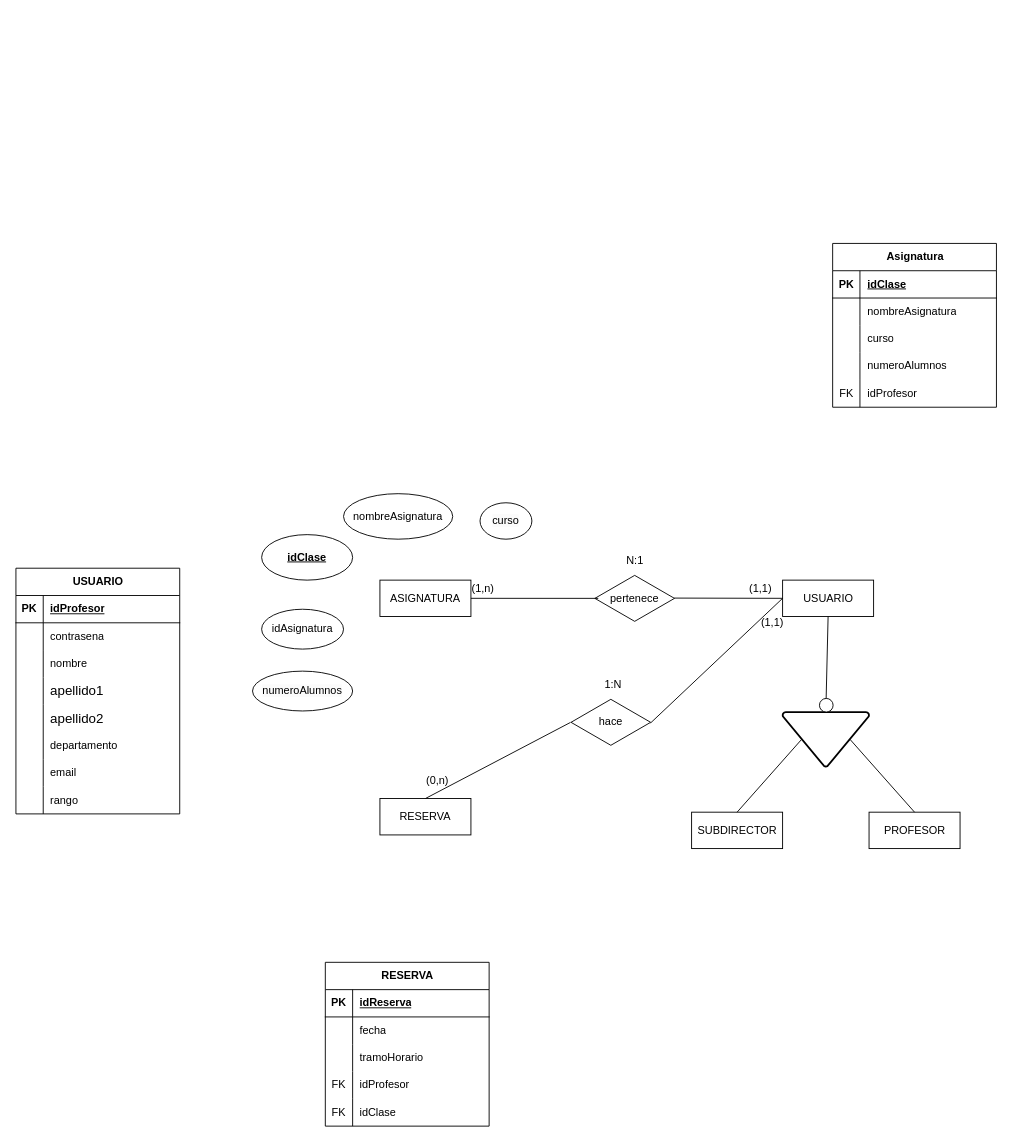
Earlier version of the draw.io diagram Servidor/Proyecto Final/Base de datos.drawio (Rubeentosu/CursoDaw). Source tidied: cells renumbered, new cells numbered last; positions are measured from the earlier drawing's top-left corner, leaving out a move shared by most shapes. Both pictures are drawn from the tidied source at 91%, with x=0, y=0 at pixel (15, 243).
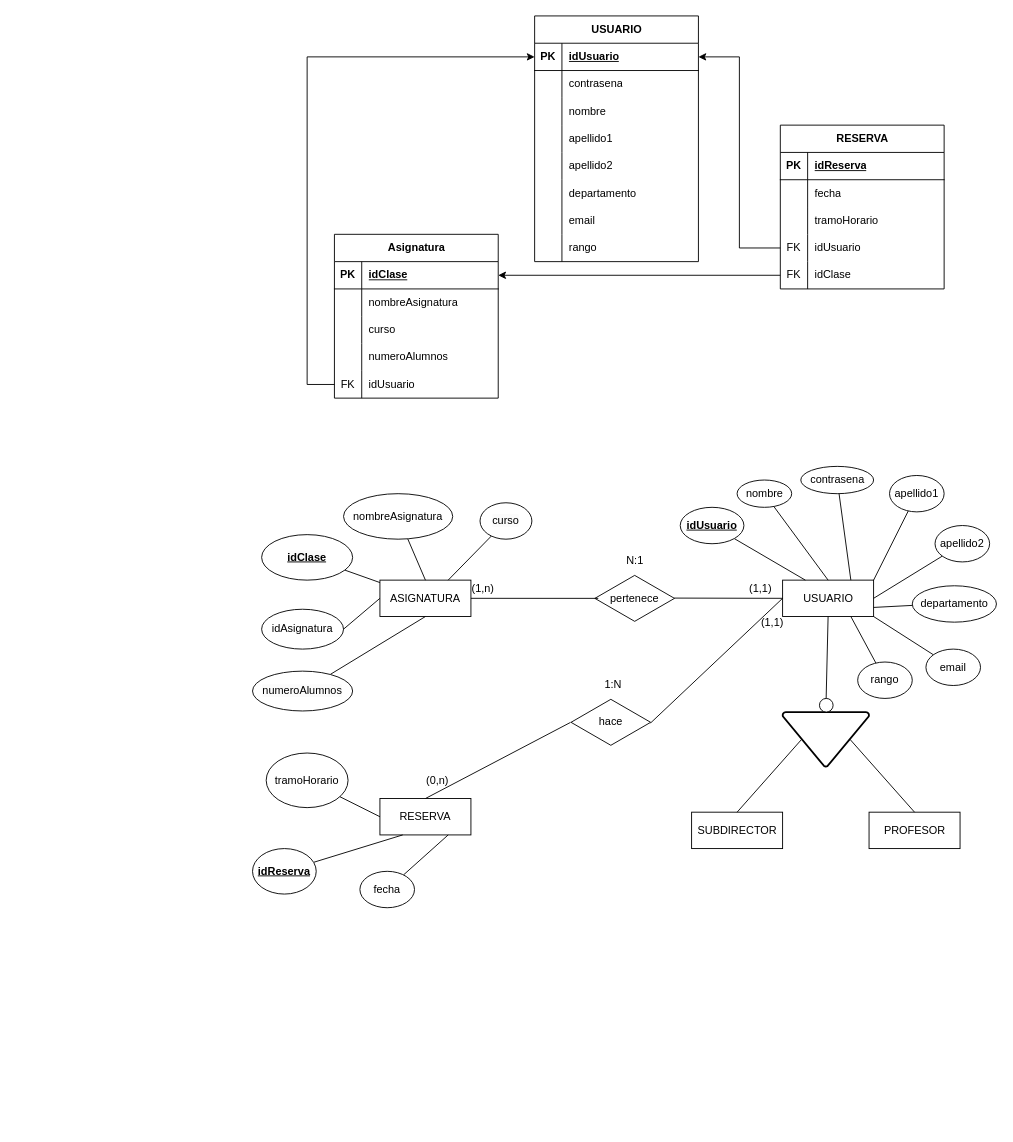
Above is the later version.

The change refers to these unchanged cells:
```xml
<mxCell id="3" style="shape=tableRow;horizontal=0;startSize=0;swimlaneHead=0;swimlaneBody=0;fillColor=none;points=[[0,0.5],[1,0.5]];portConstraint=eastwest;top=0;left=0;right=0;bottom=1;" parent="2" vertex="1">
  <mxGeometry y="30" width="180" height="30" as="geometry" />
</mxCell>
<mxCell id="12" style="shape=tableRow;horizontal=0;startSize=0;swimlaneHead=0;swimlaneBody=0;fillColor=none;top=0;left=0;right=0;bottom=0;" parent="2" vertex="1">
  <mxGeometry y="120" width="180" height="30" as="geometry" />
</mxCell>
<mxCell id="15" style="shape=tableRow;horizontal=0;startSize=0;swimlaneHead=0;swimlaneBody=0;fillColor=none;top=0;left=0;right=0;bottom=0;" parent="2" vertex="1">
  <mxGeometry y="150" width="180" height="30" as="geometry" />
</mxCell>
<mxCell id="28" style="shape=tableRow;horizontal=0;startSize=0;swimlaneHead=0;swimlaneBody=0;fillColor=none;points=[[0,0.5],[1,0.5]];portConstraint=eastwest;top=0;left=0;right=0;bottom=1;" parent="27" vertex="1">
  <mxGeometry y="30" width="180" height="30" as="geometry" />
</mxCell>
<mxCell id="40" style="shape=tableRow;horizontal=0;startSize=0;swimlaneHead=0;swimlaneBody=0;fillColor=none;points=[[0,0.5],[1,0.5]];portConstraint=eastwest;top=0;left=0;right=0;bottom=0;" parent="27" vertex="1">
  <mxGeometry y="150" width="180" height="30" as="geometry" />
</mxCell>
<mxCell id="53" style="shape=tableRow;horizontal=0;startSize=0;swimlaneHead=0;swimlaneBody=0;fillColor=none;points=[[0,0.5],[1,0.5]];portConstraint=eastwest;top=0;left=0;right=0;bottom=0;" parent="43" vertex="1">
  <mxGeometry y="120" width="180" height="30" as="geometry" />
</mxCell>
<mxCell id="56" style="shape=tableRow;horizontal=0;startSize=0;swimlaneHead=0;swimlaneBody=0;fillColor=none;points=[[0,0.5],[1,0.5]];portConstraint=eastwest;top=0;left=0;right=0;bottom=0;" parent="43" vertex="1">
  <mxGeometry y="150" width="180" height="30" as="geometry" />
</mxCell>
<mxCell id="59" value="ASIGNATURA" style="whiteSpace=wrap;html=1;align=center;" parent="1" vertex="1">
  <mxGeometry x="400" y="370" width="100" height="40" as="geometry" />
</mxCell>
<mxCell id="60" value="RESERVA" style="whiteSpace=wrap;html=1;align=center;" parent="1" vertex="1">
  <mxGeometry x="400" y="610" width="100" height="40" as="geometry" />
</mxCell>
<mxCell id="61" value="USUARIO" style="whiteSpace=wrap;html=1;align=center;" parent="1" vertex="1">
  <mxGeometry x="842.5" y="370" width="100" height="40" as="geometry" />
</mxCell>
<mxCell id="81" value="idAsignatura" style="ellipse;whiteSpace=wrap;html=1;" parent="1" vertex="1">
  <mxGeometry x="270" y="402" width="90" height="43.8" as="geometry" />
</mxCell>
<mxCell id="82" value="&lt;span style=&quot;text-align: left;&quot;&gt;nombreAsignatura&lt;/span&gt;" style="ellipse;whiteSpace=wrap;html=1;" parent="1" vertex="1">
  <mxGeometry x="360" y="275" width="120" height="50" as="geometry" />
</mxCell>
<mxCell id="83" value="&lt;span style=&quot;color: rgb(0, 0, 0); font-family: Helvetica; font-size: 12px; font-style: normal; font-variant-ligatures: normal; font-variant-caps: normal; font-weight: 400; letter-spacing: normal; orphans: 2; text-align: left; text-indent: 0px; text-transform: none; widows: 2; word-spacing: 0px; -webkit-text-stroke-width: 0px; white-space: normal; background-color: rgb(251, 251, 251); text-decoration-thickness: initial; text-decoration-style: initial; text-decoration-color: initial; float: none; display: inline !important;&quot;&gt;curso&lt;/span&gt;" style="ellipse;whiteSpace=wrap;html=1;" parent="1" vertex="1">
  <mxGeometry x="510" y="285" width="57" height="40" as="geometry" />
</mxCell>
<mxCell id="84" value="&lt;span style=&quot;color: rgb(0, 0, 0); font-family: Helvetica; font-size: 12px; font-style: normal; font-variant-ligatures: normal; font-variant-caps: normal; font-weight: 400; letter-spacing: normal; orphans: 2; text-align: left; text-indent: 0px; text-transform: none; widows: 2; word-spacing: 0px; -webkit-text-stroke-width: 0px; white-space: normal; background-color: rgb(251, 251, 251); text-decoration-thickness: initial; text-decoration-style: initial; text-decoration-color: initial; float: none; display: inline !important;&quot;&gt;numeroAlumnos&lt;/span&gt;" style="ellipse;whiteSpace=wrap;html=1;" parent="1" vertex="1">
  <mxGeometry x="260" y="470" width="110" height="43.8" as="geometry" />
</mxCell>
<mxCell id="85" value="&lt;span style=&quot;color: rgb(0, 0, 0); font-family: Helvetica; font-size: 12px; font-style: normal; font-variant-ligatures: normal; font-variant-caps: normal; font-weight: 700; letter-spacing: normal; orphans: 2; text-align: left; text-indent: 0px; text-transform: none; widows: 2; word-spacing: 0px; -webkit-text-stroke-width: 0px; white-space: normal; background-color: rgb(251, 251, 251); text-decoration: underline; float: none; display: inline !important;&quot;&gt;idClase&lt;/span&gt;" style="ellipse;whiteSpace=wrap;html=1;" parent="1" vertex="1">
  <mxGeometry x="270" y="320" width="100" height="50" as="geometry" />
</mxCell>
```

What changed in the source:
```diff
@@
     <mxCell id="2" value="USUARIO" style="shape=table;startSize=30;childLayout=tableLayout;rowLines=0;fontStyle=1;align=center;html=1;" parent="1" vertex="1">
-      <mxGeometry y="356.9" width="180" height="270" as="geometry" />
+      <mxGeometry x="570" y="-250" width="180" height="270" as="geometry" />
     </mxCell>
@@
-    <mxCell id="5" value="idProfesor" style="shape=partialRectangle;fillColor=none;top=0;left=0;bottom=0;right=0;align=left;spacingLeft=6;fontStyle=5;overflow=hidden;whiteSpace=wrap;html=1;" parent="3" vertex="1">
+    <mxCell id="5" value="idUsuario" style="shape=partialRectangle;fillColor=none;top=0;left=0;bottom=0;right=0;align=left;spacingLeft=6;fontStyle=5;overflow=hidden;whiteSpace=wrap;html=1;" parent="3" vertex="1">
       <mxGeometry x="30" width="150" height="30" as="geometry" />
     </mxCell>
@@
-    <mxCell id="14" value="&lt;span id=&quot;docs-internal-guid-5125366f-7fff-e73b-a334-be7d191ac3d8&quot;&gt;&lt;span style=&quot;font-size: 11pt; font-family: Arial, sans-serif; background-color: transparent; font-variant-numeric: normal; font-variant-east-asian: normal; font-variant-alternates: normal; font-variant-position: normal; font-variant-emoji: normal; vertical-align: baseline; white-space-collapse: preserve;&quot;&gt;apellido1&lt;/span&gt;&lt;/span&gt;" style="shape=partialRectangle;fillColor=none;top=0;left=0;bottom=0;right=0;align=left;spacingLeft=6;overflow=hidden;whiteSpace=wrap;html=1;" parent="12" vertex="1">
+    <mxCell id="14" value="apellido1" style="shape=partialRectangle;fillColor=none;top=0;left=0;bottom=0;right=0;align=left;spacingLeft=6;overflow=hidden;whiteSpace=wrap;html=1;" parent="12" vertex="1">
       <mxGeometry x="30" width="150" height="30" as="geometry" />
     </mxCell>
@@
-    <mxCell id="17" value="&lt;span id=&quot;docs-internal-guid-fd021133-7fff-03b3-a1d7-b6cd14a968fe&quot;&gt;&lt;span style=&quot;font-size: 11pt; font-family: Arial, sans-serif; background-color: transparent; font-variant-numeric: normal; font-variant-east-asian: normal; font-variant-alternates: normal; font-variant-position: normal; font-variant-emoji: normal; vertical-align: baseline; white-space-collapse: preserve;&quot;&gt;apellido2&lt;/span&gt;&lt;/span&gt;" style="shape=partialRectangle;fillColor=none;top=0;left=0;bottom=0;right=0;align=left;spacingLeft=6;overflow=hidden;whiteSpace=wrap;html=1;" parent="15" vertex="1">
+    <mxCell id="17" value="apellido2" style="shape=partialRectangle;fillColor=none;top=0;left=0;bottom=0;right=0;align=left;spacingLeft=6;overflow=hidden;whiteSpace=wrap;html=1;" parent="15" vertex="1">
       <mxGeometry x="30" width="150" height="30" as="geometry" />
     </mxCell>
@@
     <mxCell id="27" value="Asignatura" style="shape=table;startSize=30;childLayout=tableLayout;rowLines=0;fontStyle=1;align=center;html=1;" parent="1" vertex="1">
-      <mxGeometry x="897.5" width="180" height="180" as="geometry" />
+      <mxGeometry x="350" y="-10" width="180" height="180" as="geometry" />
     </mxCell>
@@
-    <mxCell id="42" value="idProfesor" style="shape=partialRectangle;fillColor=none;top=0;left=0;bottom=0;right=0;align=left;spacingLeft=6;overflow=hidden;whiteSpace=wrap;html=1;" parent="40" vertex="1">
+    <mxCell id="42" value="idUsuario" style="shape=partialRectangle;fillColor=none;top=0;left=0;bottom=0;right=0;align=left;spacingLeft=6;overflow=hidden;whiteSpace=wrap;html=1;" parent="40" vertex="1">
       <mxGeometry x="30" width="150" height="30" as="geometry" />
     </mxCell>
     <mxCell id="43" value="RESERVA" style="shape=table;startSize=30;childLayout=tableLayout;rowLines=0;fontStyle=1;align=center;html=1;" parent="1" vertex="1">
-      <mxGeometry x="340" y="790" width="180" height="180" as="geometry" />
+      <mxGeometry x="840" y="-130" width="180" height="180" as="geometry" />
     </mxCell>
@@
-    <mxCell id="55" value="idProfesor" style="shape=partialRectangle;fillColor=none;top=0;left=0;bottom=0;right=0;align=left;spacingLeft=6;overflow=hidden;whiteSpace=wrap;html=1;" parent="53" vertex="1">
+    <mxCell id="55" value="idUsuario" style="shape=partialRectangle;fillColor=none;top=0;left=0;bottom=0;right=0;align=left;spacingLeft=6;overflow=hidden;whiteSpace=wrap;html=1;" parent="53" vertex="1">
       <mxGeometry x="30" width="150" height="30" as="geometry" />
     </mxCell>
@@
-    <mxCell id="79" value="N:1" style="text;html=1;align=center;verticalAlign=middle;strokeColor=none;fillColor=none;" parent="1" vertex="1">
+    <mxCell id="79" value="N:1" style="text;html=1;align=center;verticalAlign=middle;" parent="1" vertex="1">
       <mxGeometry x="660" y="333.8" width="40" height="30" as="geometry" />
     </mxCell>
@@
+    <mxCell id="86" style="rounded=0;jettySize=auto;html=1;entryX=0.5;entryY=0;entryDx=0;entryDy=0;endArrow=none;startFill=0;" parent="1" edge="1" source="82" target="59">
+      <mxGeometry relative="1" as="geometry" />
+    </mxCell>
@@
+    <mxCell id="87" style="rounded=0;jettySize=auto;html=1;entryX=0.75;entryY=0;entryDx=0;entryDy=0;endArrow=none;startFill=0;" parent="1" edge="1" source="83" target="59">
+      <mxGeometry relative="1" as="geometry" />
+    </mxCell>
@@
+    <mxCell id="88" style="rounded=0;jettySize=auto;html=1;entryX=0.5;entryY=1;entryDx=0;entryDy=0;endArrow=none;startFill=0;" parent="1" edge="1" source="84" target="59">
+      <mxGeometry relative="1" as="geometry" />
+    </mxCell>
@@
+    <mxCell id="89" style="rounded=0;jettySize=auto;html=1;endArrow=none;startFill=0;" parent="1" edge="1" source="85" target="59">
+      <mxGeometry relative="1" as="geometry" />
+    </mxCell>
@@
+    <mxCell id="90" style="rounded=0;jettySize=auto;html=1;entryX=0.25;entryY=1;entryDx=0;entryDy=0;endArrow=none;startFill=0;" parent="1" edge="1" source="91" target="60">
+      <mxGeometry relative="1" as="geometry" />
+    </mxCell>
+    <mxCell id="91" value="&lt;b&gt;&lt;u&gt;idReserva&lt;/u&gt;&lt;/b&gt;" style="ellipse;whiteSpace=wrap;html=1;" parent="1" vertex="1">
+      <mxGeometry x="260" y="665" width="70" height="50" as="geometry" />
+    </mxCell>
+    <mxCell id="92" style="rounded=0;jettySize=auto;html=1;entryX=0.75;entryY=1;entryDx=0;entryDy=0;endArrow=none;startFill=0;" parent="1" edge="1" source="93" target="60">
+      <mxGeometry relative="1" as="geometry" />
+    </mxCell>
+    <mxCell id="93" value="fecha" style="ellipse;whiteSpace=wrap;html=1;" parent="1" vertex="1">
+      <mxGeometry x="378" y="690" width="60" height="40" as="geometry" />
+    </mxCell>
+    <mxCell id="94" style="rounded=0;jettySize=auto;html=1;entryX=0;entryY=0.5;entryDx=0;entryDy=0;endArrow=none;startFill=0;" parent="1" edge="1" source="95" target="60">
+      <mxGeometry relative="1" as="geometry" />
+    </mxCell>
+    <mxCell id="95" value="tramoHorario" style="ellipse;whiteSpace=wrap;html=1;" parent="1" vertex="1">
+      <mxGeometry x="275" y="560" width="90" height="60" as="geometry" />
+    </mxCell>
+    <mxCell id="96" style="rounded=0;jettySize=auto;html=1;entryX=0.25;entryY=0;entryDx=0;entryDy=0;endArrow=none;startFill=0;" parent="1" edge="1" source="97" target="61">
+      <mxGeometry relative="1" as="geometry" />
+    </mxCell>
+    <mxCell id="97" value="&lt;u&gt;&lt;b&gt;idUsuario&lt;/b&gt;&lt;/u&gt;" style="ellipse;whiteSpace=wrap;html=1;" parent="1" vertex="1">
+      <mxGeometry x="730" y="290" width="70" height="40" as="geometry" />
+    </mxCell>
+    <mxCell id="98" style="rounded=0;jettySize=auto;html=1;entryX=0.75;entryY=0;entryDx=0;entryDy=0;endArrow=none;startFill=0;" parent="1" edge="1" source="99" target="61">
+      <mxGeometry relative="1" as="geometry" />
+    </mxCell>
+    <mxCell id="99" value="contrasena" style="ellipse;whiteSpace=wrap;html=1;" parent="1" vertex="1">
+      <mxGeometry x="862.5" y="245" width="80" height="30" as="geometry" />
+    </mxCell>
+    <mxCell id="100" style="rounded=0;jettySize=auto;html=1;entryX=1;entryY=0;entryDx=0;entryDy=0;endArrow=none;startFill=0;" parent="1" edge="1" source="101" target="61">
+      <mxGeometry relative="1" as="geometry" />
+    </mxCell>
+    <mxCell id="101" value="apellido1" style="ellipse;whiteSpace=wrap;html=1;" parent="1" vertex="1">
+      <mxGeometry x="960" y="255" width="60" height="40" as="geometry" />
+    </mxCell>
+    <mxCell id="102" style="rounded=0;jettySize=auto;html=1;entryX=0.5;entryY=0;entryDx=0;entryDy=0;endArrow=none;startFill=0;" parent="1" edge="1" source="103" target="61">
+      <mxGeometry relative="1" as="geometry" />
+    </mxCell>
+    <mxCell id="103" value="nombre" style="ellipse;whiteSpace=wrap;html=1;" parent="1" vertex="1">
+      <mxGeometry x="792.5" y="260" width="60" height="30" as="geometry" />
+    </mxCell>
+    <mxCell id="104" style="rounded=0;jettySize=auto;html=1;exitX=1;exitY=0.5;exitDx=0;exitDy=0;entryX=0;entryY=0.5;entryDx=0;entryDy=0;endArrow=none;startFill=0;" parent="1" edge="1" source="81" target="59">
+      <mxGeometry relative="1" as="geometry" />
+    </mxCell>
+    <mxCell id="105" style="rounded=0;jettySize=auto;html=1;entryX=1;entryY=0.5;entryDx=0;entryDy=0;endArrow=none;startFill=0;" parent="1" edge="1" source="106" target="61">
+      <mxGeometry relative="1" as="geometry" />
+    </mxCell>
+    <mxCell id="106" value="apellido2" style="ellipse;whiteSpace=wrap;html=1;" parent="1" vertex="1">
+      <mxGeometry x="1010" y="310" width="60" height="40" as="geometry" />
+    </mxCell>
+    <mxCell id="107" style="rounded=0;jettySize=auto;html=1;entryX=1;entryY=0.75;entryDx=0;entryDy=0;endArrow=none;startFill=0;" parent="1" edge="1" source="108" target="61">
+      <mxGeometry relative="1" as="geometry" />
+    </mxCell>
+    <mxCell id="108" value="departamento" style="ellipse;whiteSpace=wrap;html=1;" parent="1" vertex="1">
+      <mxGeometry x="985" y="376.2" width="92.5" height="40" as="geometry" />
+    </mxCell>
+    <mxCell id="109" style="rounded=0;jettySize=auto;html=1;entryX=1;entryY=1;entryDx=0;entryDy=0;endArrow=none;startFill=0;" parent="1" edge="1" source="110" target="61">
+      <mxGeometry relative="1" as="geometry" />
+    </mxCell>
+    <mxCell id="110" value="email" style="ellipse;whiteSpace=wrap;html=1;" parent="1" vertex="1">
+      <mxGeometry x="1000" y="445.8" width="60" height="40" as="geometry" />
+    </mxCell>
+    <mxCell id="111" style="rounded=0;jettySize=auto;html=1;entryX=0.75;entryY=1;entryDx=0;entryDy=0;endArrow=none;startFill=0;" parent="1" edge="1" source="112" target="61">
+      <mxGeometry relative="1" as="geometry" />
+    </mxCell>
+    <mxCell id="112" value="rango" style="ellipse;whiteSpace=wrap;html=1;" parent="1" vertex="1">
+      <mxGeometry x="925" y="460" width="60" height="40" as="geometry" />
+    </mxCell>
+    <mxCell id="113" style="edgeStyle=orthogonalEdgeStyle;rounded=0;jettySize=auto;html=1;entryX=0;entryY=0.5;entryDx=0;entryDy=0;" parent="1" edge="1" source="40" target="3">
+      <mxGeometry relative="1" as="geometry">
+        <Array as="points">
+          <mxPoint x="320" y="155" />
+          <mxPoint x="320" y="-205" />
+        </Array>
+      </mxGeometry>
+    </mxCell>
+    <mxCell id="114" style="edgeStyle=orthogonalEdgeStyle;rounded=0;jettySize=auto;html=1;entryX=1;entryY=0.5;entryDx=0;entryDy=0;" parent="1" edge="1" source="53" target="3">
+      <mxGeometry relative="1" as="geometry" />
+    </mxCell>
+    <mxCell id="115" style="edgeStyle=orthogonalEdgeStyle;rounded=0;jettySize=auto;html=1;entryX=1;entryY=0.5;entryDx=0;entryDy=0;" parent="1" edge="1" source="56" target="28">
+      <mxGeometry relative="1" as="geometry" />
+    </mxCell>
```
